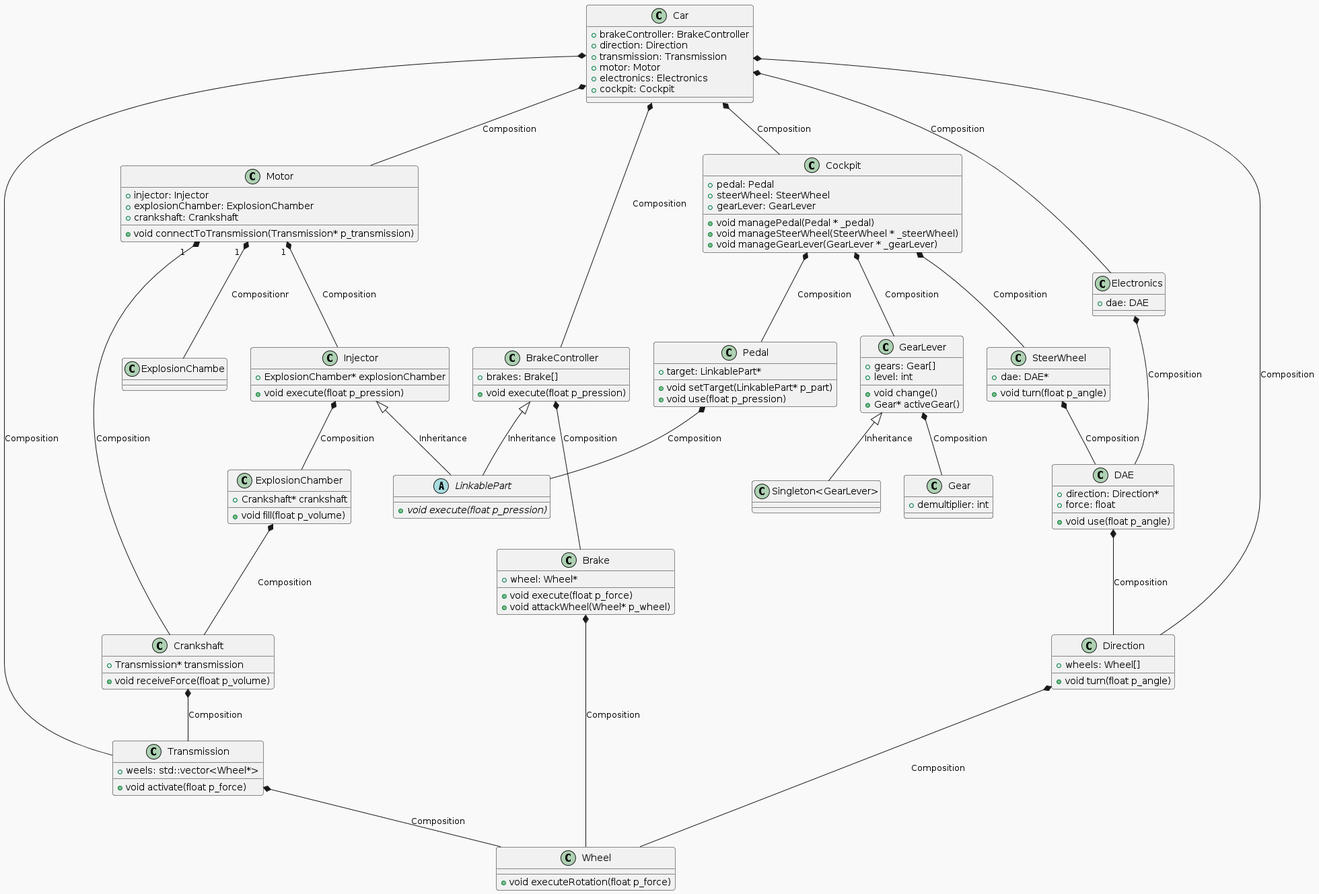
Before: module_02/subject.png, a diagram exported from PlantUML (iaschnei/42_piscine_object).
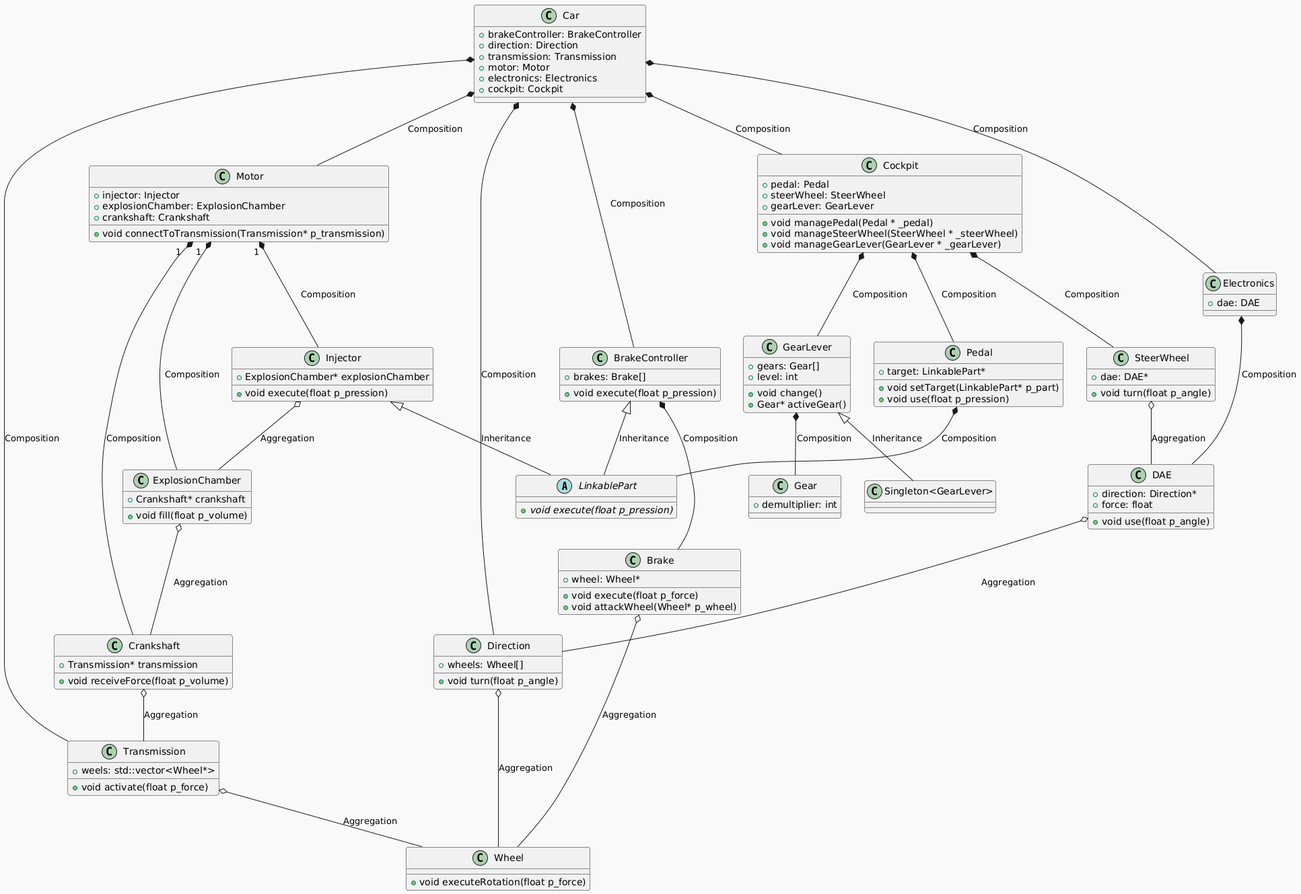
The same diagram one commit later.

Change to the diagram source:
```diff
@@ -106,20 +106,20 @@
 
 }
 
-Transmission  *--  Wheel: Composition
-Crankshaft  *--  Transmission: Composition
+Transmission  o--  Wheel: Aggregation
+Crankshaft  o--  Transmission: Aggregation
 GearLever <|-- "Singleton<GearLever>": Inheritance
-ExplosionChamber  *--  Crankshaft: Composition
+ExplosionChamber  o--  Crankshaft: Aggregation
 Injector  <|--  LinkablePart: Inheritance
-Injector  *-- ExplosionChamber: Composition
+Injector  o-- ExplosionChamber: Aggregation
 Motor "1 " *-- Injector: Composition
-Motor "1  " *-- ExplosionChambe: Compositionr
+Motor "1  " *-- ExplosionChamber: Composition
 Motor "1  " *-- Crankshaft: Composition
 Pedal *-- LinkablePart: Composition
-Direction *-- Wheel: Composition
-DAE *-- Direction: Composition
-SteerWheel *-- DAE: Composition
-Brake *-- Wheel: Composition
+Direction o-- Wheel: Aggregation
+DAE o-- Direction: Aggregation
+SteerWheel o-- DAE: Aggregation
+Brake o-- Wheel: Aggregation
 BrakeController *-- Brake: Composition
 BrakeController <|-- LinkablePart: Inheritance
 Cockpit *-- Pedal: Composition
```
